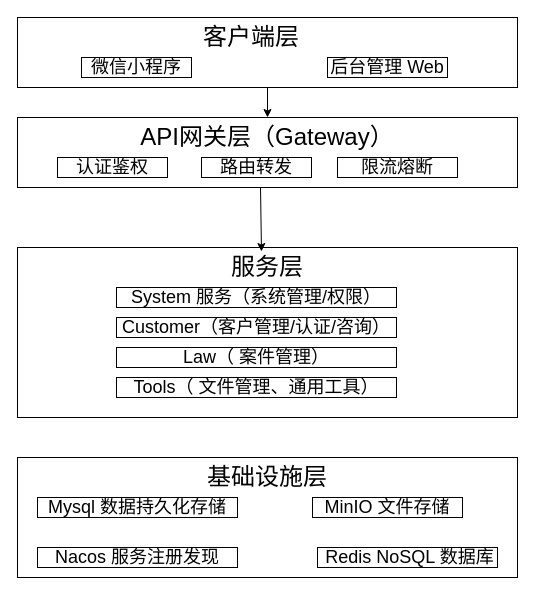
CDXcai/draw keeps this draw.io diagram as advance 层次架构图.drawio. Above is the earlier version. Source tidied: cells renumbered, new cells numbered last; positions are measured from the earlier drawing's top-left corner, leaving out a move shared by most shapes. Both pictures are drawn from the tidied source at 100%, with x=0, y=0 at pixel (17, 17).
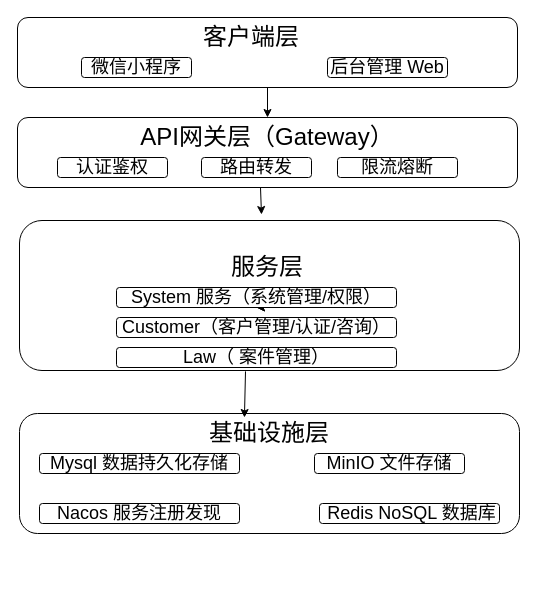
After the change.

Commit message (it also covers changes not shown here):
更新advance 层次架构图.drawio

Change to the diagram source:
```diff
@@
-    <mxCell id="2" style="edgeStyle=orthogonalEdgeStyle;rounded=0;jettySize=auto;html=1;exitX=0.5;exitY=1;exitDx=0;exitDy=0;entryX=0.5;entryY=0;entryDx=0;entryDy=0;" parent="1" edge="1" source="3" target="9">
+    <mxCell id="2" style="edgeStyle=orthogonalEdgeStyle;rounded=1;jettySize=auto;html=1;exitX=0.5;exitY=1;exitDx=0;exitDy=0;entryX=0.5;entryY=0;entryDx=0;entryDy=0;" parent="1" edge="1" source="3" target="9">
       <mxGeometry relative="1" as="geometry" />
     </mxCell>
-    <mxCell id="3" style="rounded=0;whiteSpace=wrap;html=1;" parent="1" vertex="1">
+    <mxCell id="3" style="rounded=1;whiteSpace=wrap;html=1;" parent="1" vertex="1">
       <mxGeometry width="500" height="70" as="geometry" />
     </mxCell>
-    <mxCell id="4" value="&lt;font style=&quot;font-size: 24px;&quot;&gt;客户端层&lt;/font&gt;" style="text;html=1;whiteSpace=wrap;strokeColor=none;fillColor=none;align=center;verticalAlign=middle;rounded=0;" parent="1" vertex="1">
+    <mxCell id="4" value="&lt;font style=&quot;font-size: 24px;&quot;&gt;客户端层&lt;/font&gt;" style="text;html=1;whiteSpace=wrap;strokeColor=none;fillColor=none;align=center;verticalAlign=middle;rounded=1;" parent="1" vertex="1">
       <mxGeometry x="174" width="120" height="40" as="geometry" />
     </mxCell>
-    <mxCell id="5" value="&lt;font style=&quot;font-size: 18px;&quot;&gt;微信小程序&lt;/font&gt;" style="rounded=0;whiteSpace=wrap;html=1;" parent="1" vertex="1">
+    <mxCell id="5" value="&lt;font style=&quot;font-size: 18px;&quot;&gt;微信小程序&lt;/font&gt;" style="rounded=1;whiteSpace=wrap;html=1;" parent="1" vertex="1">
       <mxGeometry x="64" y="40" width="110" height="20" as="geometry" />
     </mxCell>
-    <mxCell id="6" value="&lt;span style=&quot;font-size: 18px;&quot;&gt;后台管理 Web&lt;/span&gt;" style="rounded=0;whiteSpace=wrap;html=1;" parent="1" vertex="1">
+    <mxCell id="6" value="&lt;span style=&quot;font-size: 18px;&quot;&gt;后台管理 Web&lt;/span&gt;" style="rounded=1;whiteSpace=wrap;html=1;" parent="1" vertex="1">
       <mxGeometry x="310" y="40" width="120" height="20" as="geometry" />
     </mxCell>
-    <mxCell id="7" style="edgeStyle=orthogonalEdgeStyle;rounded=0;orthogonalLoop=1;jettySize=auto;html=1;exitX=0.5;exitY=1;exitDx=0;exitDy=0;" parent="1" edge="1" source="3" target="3">
+    <mxCell id="7" style="edgeStyle=orthogonalEdgeStyle;rounded=1;orthogonalLoop=1;jettySize=auto;html=1;exitX=0.5;exitY=1;exitDx=0;exitDy=0;" parent="1" edge="1" source="3" target="3">
       <mxGeometry relative="1" as="geometry" />
     </mxCell>
-    <mxCell id="8" style="rounded=0;whiteSpace=wrap;html=1;" parent="1" vertex="1">
+    <mxCell id="8" style="rounded=1;whiteSpace=wrap;html=1;" parent="1" vertex="1">
       <mxGeometry y="100" width="500" height="70" as="geometry" />
     </mxCell>
-    <mxCell id="9" value="&lt;font style=&quot;font-size: 24px;&quot;&gt;API网关层（Gateway&lt;/font&gt;&lt;span style=&quot;font-size: 24px; background-color: transparent; color: light-dark(rgb(0, 0, 0), rgb(255, 255, 255));&quot;&gt;）&lt;/span&gt;" style="text;html=1;whiteSpace=wrap;strokeColor=none;fillColor=none;align=center;verticalAlign=middle;rounded=0;" parent="1" vertex="1">
+    <mxCell id="9" value="&lt;font style=&quot;font-size: 24px;&quot;&gt;API网关层（Gateway&lt;/font&gt;&lt;span style=&quot;font-size: 24px; background-color: transparent; color: light-dark(rgb(0, 0, 0), rgb(255, 255, 255));&quot;&gt;）&lt;/span&gt;" style="text;html=1;whiteSpace=wrap;strokeColor=none;fillColor=none;align=center;verticalAlign=middle;rounded=1;" parent="1" vertex="1">
       <mxGeometry x="110" y="100" width="280" height="40" as="geometry" />
     </mxCell>
-    <mxCell id="10" value="&lt;span style=&quot;font-size: 18px;&quot;&gt;认证鉴权&lt;/span&gt;" style="rounded=0;whiteSpace=wrap;html=1;" parent="1" vertex="1">
+    <mxCell id="10" value="&lt;span style=&quot;font-size: 18px;&quot;&gt;认证鉴权&lt;/span&gt;" style="rounded=1;whiteSpace=wrap;html=1;" parent="1" vertex="1">
       <mxGeometry x="40" y="140" width="110" height="20" as="geometry" />
     </mxCell>
-    <mxCell id="11" value="&lt;span style=&quot;font-size: 18px;&quot;&gt;限流熔断&lt;/span&gt;" style="rounded=0;whiteSpace=wrap;html=1;" parent="1" vertex="1">
+    <mxCell id="11" value="&lt;span style=&quot;font-size: 18px;&quot;&gt;限流熔断&lt;/span&gt;" style="rounded=1;whiteSpace=wrap;html=1;" parent="1" vertex="1">
       <mxGeometry x="320" y="140" width="120" height="20" as="geometry" />
     </mxCell>
-    <mxCell id="12" style="edgeStyle=orthogonalEdgeStyle;rounded=0;orthogonalLoop=1;jettySize=auto;html=1;exitX=0.5;exitY=1;exitDx=0;exitDy=0;" parent="1" edge="1" source="8" target="8">
+    <mxCell id="12" style="edgeStyle=orthogonalEdgeStyle;rounded=1;orthogonalLoop=1;jettySize=auto;html=1;exitX=0.5;exitY=1;exitDx=0;exitDy=0;" parent="1" edge="1" source="8" target="8">
       <mxGeometry relative="1" as="geometry" />
     </mxCell>
-    <mxCell id="13" value="&lt;span style=&quot;font-size: 18px;&quot;&gt;路由转发&lt;/span&gt;" style="rounded=0;whiteSpace=wrap;html=1;" parent="1" vertex="1">
+    <mxCell id="13" value="&lt;span style=&quot;font-size: 18px;&quot;&gt;路由转发&lt;/span&gt;" style="rounded=1;whiteSpace=wrap;html=1;" parent="1" vertex="1">
       <mxGeometry x="184" y="140" width="110" height="20" as="geometry" />
     </mxCell>
-    <mxCell id="14" style="rounded=0;whiteSpace=wrap;html=1;" parent="1" vertex="1">
-      <mxGeometry y="230" width="500" height="170" as="geometry" />
+    <mxCell id="14" style="rounded=1;whiteSpace=wrap;html=1;" parent="1" vertex="1">
+      <mxGeometry x="2" y="203" width="500" height="150" as="geometry" />
     </mxCell>
+    <mxCell id="29" style="edgeStyle=orthogonalEdgeStyle;rounded=1;jettySize=auto;html=1;" parent="1" edge="1" source="15" target="16">
+      <mxGeometry relative="1" as="geometry" />
+    </mxCell>
+    <mxCell id="30" style="edgeStyle=orthogonalEdgeStyle;rounded=1;jettySize=auto;html=1;" parent="1" edge="1" source="15" target="16">
+      <mxGeometry relative="1" as="geometry" />
+    </mxCell>
-    <mxCell id="15" value="&lt;span style=&quot;font-size: 24px;&quot;&gt;服务层&lt;/span&gt;" style="text;html=1;whiteSpace=wrap;strokeColor=none;fillColor=none;align=center;verticalAlign=middle;rounded=0;" parent="1" vertex="1">
+    <mxCell id="15" value="&lt;span style=&quot;font-size: 24px;&quot;&gt;服务层&lt;/span&gt;" style="text;html=1;whiteSpace=wrap;strokeColor=none;fillColor=none;align=center;verticalAlign=middle;rounded=1;" parent="1" vertex="1">
       <mxGeometry x="200" y="230" width="100" height="40" as="geometry" />
     </mxCell>
-    <mxCell id="16" value="&lt;span style=&quot;font-size: 18px;&quot;&gt;System 服务（系统管理/权限）&lt;/span&gt;" style="rounded=0;whiteSpace=wrap;html=1;" parent="1" vertex="1">
+    <mxCell id="16" value="&lt;span style=&quot;font-size: 18px;&quot;&gt;System 服务（系统管理/权限）&lt;/span&gt;" style="rounded=1;whiteSpace=wrap;html=1;" parent="1" vertex="1">
       <mxGeometry x="99" y="270" width="280" height="20" as="geometry" />
     </mxCell>
-    <mxCell id="17" style="edgeStyle=orthogonalEdgeStyle;rounded=0;orthogonalLoop=1;jettySize=auto;html=1;exitX=0.5;exitY=1;exitDx=0;exitDy=0;" parent="1" edge="1" source="14" target="14">
+    <mxCell id="17" style="edgeStyle=orthogonalEdgeStyle;rounded=1;orthogonalLoop=1;jettySize=auto;html=1;exitX=0.5;exitY=1;exitDx=0;exitDy=0;" parent="1" edge="1" source="14" target="14">
       <mxGeometry relative="1" as="geometry" />
     </mxCell>
-    <mxCell id="18" value="&lt;span style=&quot;font-size: 18px;&quot;&gt;Customer（客户管理/认证/咨询）&lt;/span&gt;" style="rounded=0;whiteSpace=wrap;html=1;" parent="1" vertex="1">
+    <mxCell id="18" value="&lt;span style=&quot;font-size: 18px;&quot;&gt;Customer（客户管理/认证/咨询）&lt;/span&gt;" style="rounded=1;whiteSpace=wrap;html=1;" parent="1" vertex="1">
       <mxGeometry x="99" y="300" width="280" height="20" as="geometry" />
     </mxCell>
-    <mxCell id="19" value="&lt;span style=&quot;font-size: 18px;&quot;&gt;Law（ 案件管理）&lt;/span&gt;" style="rounded=0;whiteSpace=wrap;html=1;" parent="1" vertex="1">
+    <mxCell id="19" value="&lt;span style=&quot;font-size: 18px;&quot;&gt;Law（ 案件管理）&lt;/span&gt;" style="rounded=1;whiteSpace=wrap;html=1;" parent="1" vertex="1">
       <mxGeometry x="99" y="330" width="280" height="20" as="geometry" />
     </mxCell>
-    <mxCell id="20" value="&lt;span style=&quot;font-size: 18px;&quot;&gt;Tools（ 文件管理、通用工具）&lt;/span&gt;" style="rounded=0;whiteSpace=wrap;html=1;" parent="1" vertex="1">
-      <mxGeometry x="99" y="360" width="280" height="20" as="geometry" />
-    </mxCell>
-    <mxCell id="21" style="endArrow=classic;html=1;rounded=0;exitX=0.486;exitY=1;exitDx=0;exitDy=0;exitPerimeter=0;entryX=0.44;entryY=0.1;entryDx=0;entryDy=0;entryPerimeter=0;" parent="1" edge="1" source="8" target="15">
-      <mxGeometry relative="1" as="geometry" />
+    <mxCell id="21" style="endArrow=classic;html=1;rounded=1;exitX=0.486;exitY=1;exitDx=0;exitDy=0;exitPerimeter=0;" parent="1" edge="1" source="8">
+      <mxGeometry relative="1" as="geometry">
+        <mxPoint x="244" y="197" as="targetPoint" />
+      </mxGeometry>
     </mxCell>
-    <mxCell id="22" style="rounded=0;whiteSpace=wrap;html=1;" parent="1" vertex="1">
-      <mxGeometry y="440" width="500" height="120" as="geometry" />
+    <mxCell id="22" style="rounded=1;whiteSpace=wrap;html=1;" parent="1" vertex="1">
+      <mxGeometry x="2" y="396" width="500" height="120" as="geometry" />
     </mxCell>
-    <mxCell id="23" value="&lt;span style=&quot;font-size: 24px;&quot;&gt;基础设施层&lt;/span&gt;" style="text;html=1;whiteSpace=wrap;strokeColor=none;fillColor=none;align=center;verticalAlign=middle;rounded=0;" parent="1" vertex="1">
-      <mxGeometry x="180" y="440" width="140" height="40" as="geometry" />
+    <mxCell id="23" value="&lt;span style=&quot;font-size: 24px;&quot;&gt;基础设施层&lt;/span&gt;" style="text;html=1;whiteSpace=wrap;strokeColor=none;fillColor=none;align=center;verticalAlign=middle;rounded=1;" parent="1" vertex="1">
+      <mxGeometry x="182" y="396" width="140" height="40" as="geometry" />
     </mxCell>
-    <mxCell id="24" value="&lt;span style=&quot;font-size: 18px;&quot;&gt;Mysql 数据持久化存储&lt;/span&gt;" style="rounded=0;whiteSpace=wrap;html=1;" parent="1" vertex="1">
-      <mxGeometry x="20" y="480" width="200" height="20" as="geometry" />
+    <mxCell id="24" value="&lt;span style=&quot;font-size: 18px;&quot;&gt;Mysql 数据持久化存储&lt;/span&gt;" style="rounded=1;whiteSpace=wrap;html=1;" parent="1" vertex="1">
+      <mxGeometry x="22" y="436" width="200" height="20" as="geometry" />
     </mxCell>
-    <mxCell id="25" value="&lt;span style=&quot;font-size: 18px;&quot;&gt;Nacos 服务注册发现&lt;/span&gt;" style="rounded=0;whiteSpace=wrap;html=1;" parent="1" vertex="1">
-      <mxGeometry x="20" y="530" width="200" height="20" as="geometry" />
+    <mxCell id="25" value="&lt;span style=&quot;font-size: 18px;&quot;&gt;Nacos 服务注册发现&lt;/span&gt;" style="rounded=1;whiteSpace=wrap;html=1;" parent="1" vertex="1">
+      <mxGeometry x="22" y="486" width="200" height="20" as="geometry" />
     </mxCell>
-    <mxCell id="26" style="edgeStyle=orthogonalEdgeStyle;rounded=0;orthogonalLoop=1;jettySize=auto;html=1;exitX=0.5;exitY=1;exitDx=0;exitDy=0;" parent="1" edge="1" source="22" target="22">
+    <mxCell id="26" style="edgeStyle=orthogonalEdgeStyle;rounded=1;orthogonalLoop=1;jettySize=auto;html=1;exitX=0.5;exitY=1;exitDx=0;exitDy=0;" parent="1" edge="1" source="22" target="22">
       <mxGeometry relative="1" as="geometry" />
     </mxCell>
-    <mxCell id="27" value="&lt;span style=&quot;font-size: 18px;&quot;&gt;MinIO 文件存储&lt;/span&gt;" style="rounded=0;whiteSpace=wrap;html=1;" parent="1" vertex="1">
-      <mxGeometry x="295" y="480" width="150" height="20" as="geometry" />
+    <mxCell id="27" value="&lt;span style=&quot;font-size: 18px;&quot;&gt;MinIO 文件存储&lt;/span&gt;" style="rounded=1;whiteSpace=wrap;html=1;" parent="1" vertex="1">
+      <mxGeometry x="297" y="436" width="150" height="20" as="geometry" />
     </mxCell>
-    <mxCell id="28" value="&lt;span style=&quot;font-size: 18px;&quot;&gt;&amp;nbsp;Redis NoSQL 数据库&lt;/span&gt;" style="rounded=0;whiteSpace=wrap;html=1;" parent="1" vertex="1">
-      <mxGeometry x="300" y="530" width="180" height="20" as="geometry" />
+    <mxCell id="28" value="&lt;span style=&quot;font-size: 18px;&quot;&gt;&amp;nbsp;Redis NoSQL 数据库&lt;/span&gt;" style="rounded=1;whiteSpace=wrap;html=1;" parent="1" vertex="1">
+      <mxGeometry x="302" y="486" width="180" height="20" as="geometry" />
     </mxCell>
+    <mxCell id="31" style="endArrow=classic;html=1;rounded=1;exitX=0.452;exitY=1.006;exitDx=0;exitDy=0;exitPerimeter=0;entryX=0.321;entryY=0.1;entryDx=0;entryDy=0;entryPerimeter=0;" parent="1" edge="1" source="14" target="23">
+      <mxGeometry relative="1" as="geometry" />
+    </mxCell>
+    <mxCell id="32" style="edgeStyle=orthogonalEdgeStyle;rounded=1;orthogonalLoop=1;jettySize=auto;html=1;exitX=0.5;exitY=1;exitDx=0;exitDy=0;" parent="1" edge="1" source="14" target="14">
+      <mxGeometry relative="1" as="geometry" />
+    </mxCell>
```
